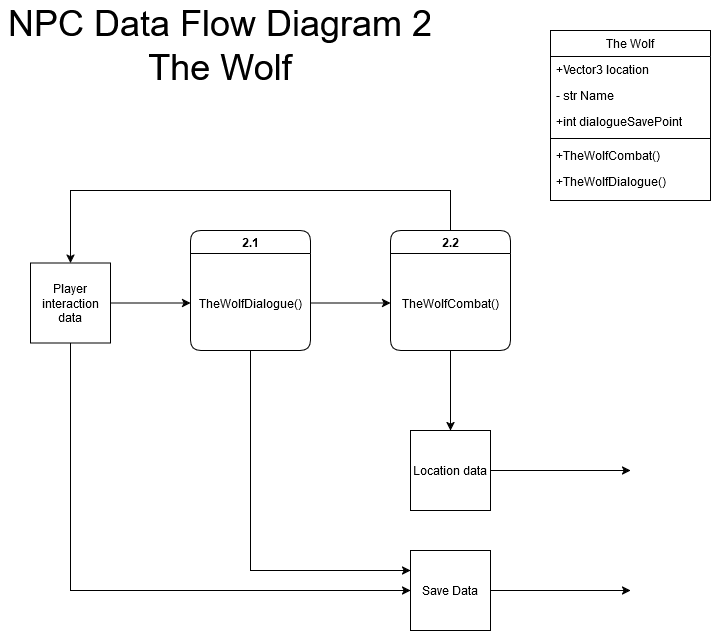
Before: Docs/tl2/Todd Carter Works/Todd_Carter_NPC_Data_Flow_Diagram_Level_2.png, a diagram exported from draw.io (GreenSkyGames/Breaking-Red). Source tidied: cells renumbered, new cells last; positions are measured from the earlier drawing's top-left corner, leaving out a move shared by most shapes.
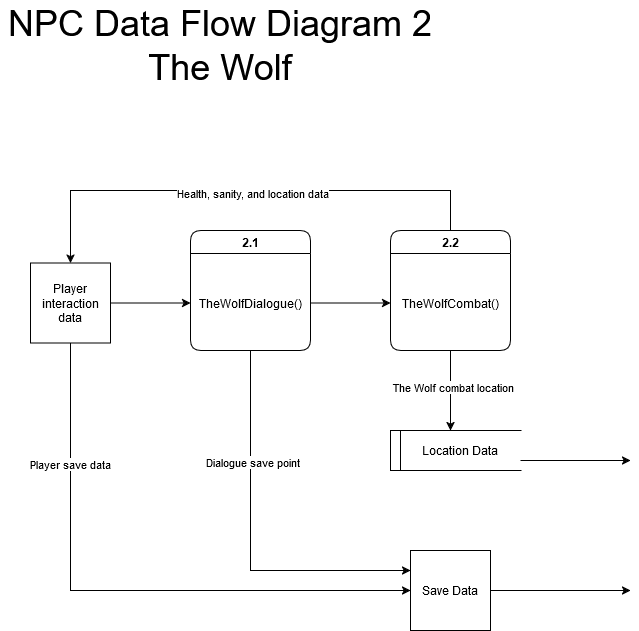
After the change.

Commit message:
Updates to Champion document diagrams

Minor fixes to diagrams, grammar, and formatting.

Change to the diagram source:
```diff
@@ -8,6 +8,11 @@
     <mxCell id="3" style="edgeStyle=orthogonalEdgeStyle;rounded=0;jettySize=auto;html=1;exitX=0.5;exitY=1;exitDx=0;exitDy=0;entryX=0;entryY=0.5;entryDx=0;entryDy=0;" parent="1" edge="1" source="4" target="22">
       <mxGeometry relative="1" as="geometry" />
     </mxCell>
+    <mxCell id="25" value="Player save data" style="edgeLabel;html=1;align=center;verticalAlign=middle;" parent="3" vertex="1">
+      <mxGeometry x="-0.59" y="-1" relative="1" as="geometry">
+        <mxPoint y="1" as="offset" />
+      </mxGeometry>
+    </mxCell>
     <mxCell id="4" value="Player interaction data" style="whiteSpace=wrap;html=1;" parent="1" vertex="1">
       <mxGeometry x="30" y="262.5" width="80" height="80" as="geometry" />
     </mxCell>
@@ -17,36 +22,12 @@
     <mxCell id="6" value="TheWolfDialogue()" style="text;html=1;align=center;verticalAlign=middle;whiteSpace=wrap;rounded=0;" parent="5" vertex="1">
       <mxGeometry y="25" width="120" height="95" as="geometry" />
     </mxCell>
-    <mxCell id="7" value="The Wolf" style="swimlane;fontStyle=0;align=center;verticalAlign=top;horizontal=1;startSize=26;rounded=0;shadow=0;strokeWidth=1;" parent="1" vertex="1">
-      <mxGeometry x="550" y="30" width="160" height="170" as="geometry" />
-    </mxCell>
-    <mxCell id="8" value="+Vector3 location" style="text;align=left;verticalAlign=top;spacingLeft=4;spacingRight=4;overflow=hidden;" parent="7" vertex="1">
-      <mxGeometry y="26" width="160" height="26" as="geometry" />
-    </mxCell>
-    <mxCell id="9" value="- str Name" style="text;align=left;verticalAlign=top;spacingLeft=4;spacingRight=4;overflow=hidden;rounded=0;shadow=0;html=0;" parent="7" vertex="1">
-      <mxGeometry y="52" width="160" height="26" as="geometry" />
-    </mxCell>
-    <mxCell id="10" value="+int dialogueSavePoint" style="text;align=left;verticalAlign=top;spacingLeft=4;spacingRight=4;overflow=hidden;rounded=0;shadow=0;html=0;" parent="7" vertex="1">
-      <mxGeometry y="78" width="160" height="26" as="geometry" />
-    </mxCell>
-    <mxCell id="11" style="line;html=1;strokeWidth=1;align=left;verticalAlign=middle;spacingTop=-1;spacingLeft=3;spacingRight=3;labelPosition=right;" parent="7" vertex="1">
-      <mxGeometry y="104" width="160" height="8" as="geometry" />
-    </mxCell>
-    <mxCell id="12" value="+TheWolfCombat()" style="text;align=left;verticalAlign=top;spacingLeft=4;spacingRight=4;overflow=hidden;fontStyle=0;" parent="7" vertex="1">
-      <mxGeometry y="112" width="160" height="26" as="geometry" />
-    </mxCell>
-    <mxCell id="13" value="+TheWolfDialogue()" style="text;align=left;verticalAlign=top;spacingLeft=4;spacingRight=4;overflow=hidden;" parent="7" vertex="1">
-      <mxGeometry y="138" width="160" height="26" as="geometry" />
-    </mxCell>
     <mxCell id="14" value="2.2" style="swimlane;whiteSpace=wrap;html=1;rounded=1;startSize=23;" parent="1" vertex="1">
       <mxGeometry x="390" y="230" width="120" height="120" as="geometry" />
     </mxCell>
     <mxCell id="15" value="TheWolfCombat()" style="text;html=1;align=center;verticalAlign=middle;whiteSpace=wrap;rounded=0;" parent="14" vertex="1">
       <mxGeometry y="25" width="120" height="95" as="geometry" />
     </mxCell>
-    <mxCell id="16" value="Location data" style="whiteSpace=wrap;html=1;" parent="1" vertex="1">
-      <mxGeometry x="410" y="430" width="80" height="80" as="geometry" />
-    </mxCell>
     <mxCell id="17" style="endArrow=classic;html=1;rounded=0;exitX=1;exitY=0.5;exitDx=0;exitDy=0;entryX=0;entryY=0.5;entryDx=0;entryDy=0;" parent="1" edge="1" source="4" target="6">
       <mxGeometry relative="1" as="geometry" />
     </mxCell>
@@ -62,12 +43,20 @@
         </Array>
       </mxGeometry>
     </mxCell>
+    <mxCell id="26" value="Health, sanity, and location data" style="edgeLabel;html=1;align=center;verticalAlign=middle;" parent="19" vertex="1">
+      <mxGeometry x="-0.03" y="2" relative="1" as="geometry" />
+    </mxCell>
-    <mxCell id="20" style="endArrow=classic;html=1;rounded=0;exitX=0.5;exitY=1;exitDx=0;exitDy=0;entryX=0.5;entryY=0;entryDx=0;entryDy=0;" parent="1" edge="1" source="15" target="16">
-      <mxGeometry relative="1" as="geometry" />
+    <mxCell id="20" style="endArrow=classic;html=1;rounded=0;exitX=0.5;exitY=1;exitDx=0;exitDy=0;entryX=0.5;entryY=0;entryDx=0;entryDy=0;" parent="1" edge="1" source="15">
+      <mxGeometry relative="1" as="geometry">
+        <mxPoint x="450" y="430" as="targetPoint" />
+      </mxGeometry>
     </mxCell>
+    <mxCell id="27" value="The Wolf combat location" style="edgeLabel;html=1;align=center;verticalAlign=middle;" parent="20" vertex="1">
+      <mxGeometry x="-0.1" y="2" relative="1" as="geometry" />
+    </mxCell>
-    <mxCell id="21" style="endArrow=classic;html=1;rounded=0;exitX=1;exitY=0.5;exitDx=0;exitDy=0;" parent="1" edge="1" source="16">
+    <mxCell id="21" style="endArrow=classic;html=1;rounded=0;exitX=0.75;exitY=0;exitDx=0;exitDy=0;" parent="1" edge="1" source="29">
       <mxGeometry relative="1" as="geometry">
-        <mxPoint x="630" y="470" as="targetPoint" />
+        <mxPoint x="630" y="460" as="targetPoint" />
       </mxGeometry>
     </mxCell>
     <mxCell id="22" value="Save Data" style="whiteSpace=wrap;html=1;" parent="1" vertex="1">
@@ -81,5 +70,14 @@
     <mxCell id="24" style="edgeStyle=orthogonalEdgeStyle;rounded=0;jettySize=auto;html=1;exitX=0.5;exitY=1;exitDx=0;exitDy=0;entryX=0;entryY=0.25;entryDx=0;entryDy=0;" parent="1" edge="1" source="6" target="22">
       <mxGeometry relative="1" as="geometry" />
     </mxCell>
+    <mxCell id="28" value="Dialogue save point" style="edgeLabel;html=1;align=center;verticalAlign=middle;" parent="24" vertex="1">
+      <mxGeometry x="-0.42" y="1" relative="1" as="geometry" />
+    </mxCell>
+    <mxCell id="29" value="Location Data" style="shape=partialRectangle;whiteSpace=wrap;html=1;bottom=1;right=1;left=1;top=0;fillColor=none;routingCenterX=-0.5;direction=south;" parent="1" vertex="1">
+      <mxGeometry x="400" y="430" width="120" height="40" as="geometry" />
+    </mxCell>
+    <mxCell id="30" style="shape=partialRectangle;whiteSpace=wrap;html=1;bottom=1;right=1;left=1;top=0;fillColor=none;routingCenterX=-0.5;direction=south;" parent="1" vertex="1">
+      <mxGeometry x="390" y="430" width="60" height="40" as="geometry" />
+    </mxCell>
   </root>
 </mxGraphModel>
```
